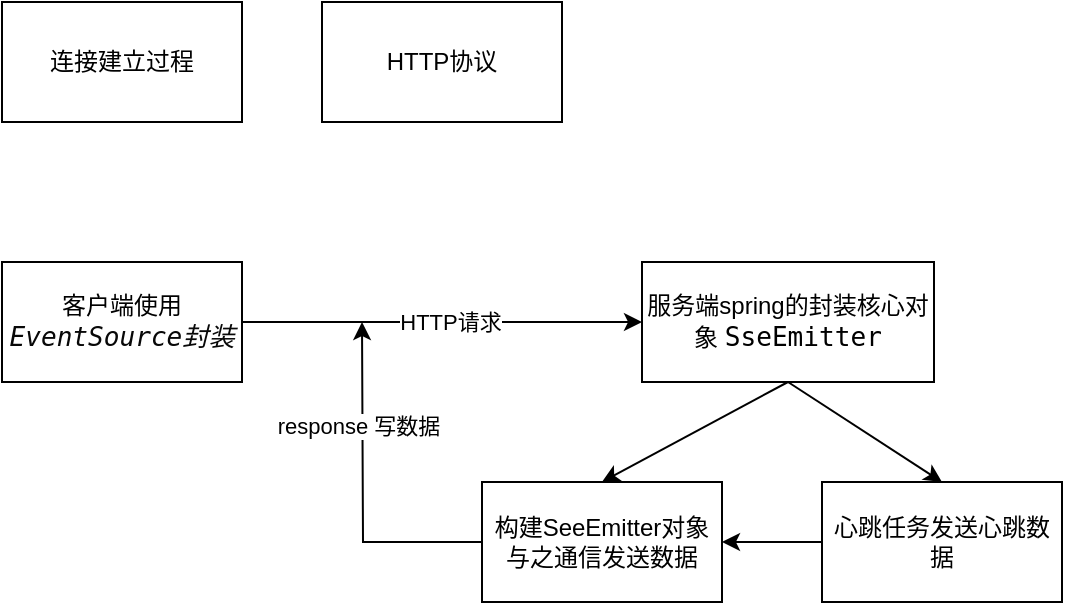
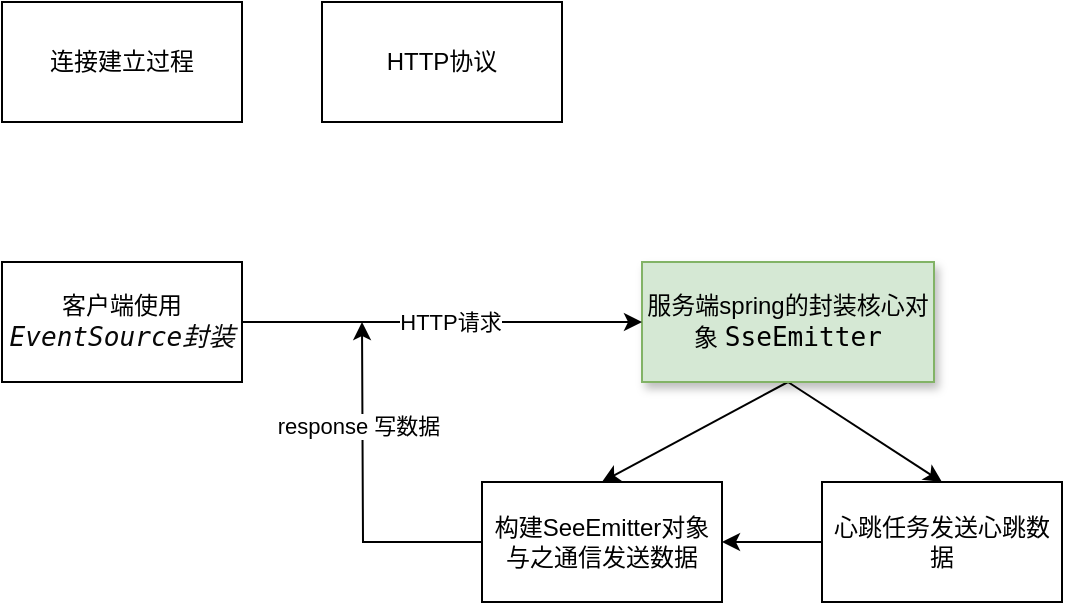
<mxfile host="app.diagrams.net" pages="2">
  <diagram name="建立连接的过程" id="Z0nCY8WnPLLID1KhRkW9">
    <mxGraphModel dx="846" dy="558" grid="1" gridSize="10" guides="1" tooltips="1" connect="1" arrows="1" fold="1" page="1" pageScale="1" pageWidth="827" pageHeight="1169" math="0" shadow="0">
      <root>
        <mxCell id="0" />
        <mxCell id="1" parent="0" />
        <mxCell id="YDfg_1_I26u9zGGTVFdC-1" parent="1" style="rounded=0;whiteSpace=wrap;html=1;" value="HTTP协议" vertex="1">
          <mxGeometry height="60" width="120" x="300" y="240" as="geometry" />
        </mxCell>
        <mxCell id="YDfg_1_I26u9zGGTVFdC-2" parent="1" style="rounded=0;whiteSpace=wrap;html=1;" value="连接建立过程" vertex="1">
          <mxGeometry height="60" width="120" x="140" y="240" as="geometry" />
        </mxCell>
        <mxCell id="pvzRBFMtuWizGzjMWE46-4" edge="1" parent="1" source="YDfg_1_I26u9zGGTVFdC-8" style="rounded=0;orthogonalLoop=1;jettySize=auto;html=1;exitX=0.5;exitY=1;exitDx=0;exitDy=0;entryX=0.5;entryY=0;entryDx=0;entryDy=0;" target="pvzRBFMtuWizGzjMWE46-2">
          <mxGeometry relative="1" as="geometry" />
        </mxCell>
        <mxCell id="pvzRBFMtuWizGzjMWE46-5" edge="1" parent="1" source="YDfg_1_I26u9zGGTVFdC-8" style="rounded=0;orthogonalLoop=1;jettySize=auto;html=1;exitX=0.5;exitY=1;exitDx=0;exitDy=0;entryX=0.5;entryY=0;entryDx=0;entryDy=0;" target="pvzRBFMtuWizGzjMWE46-3">
          <mxGeometry relative="1" as="geometry" />
        </mxCell>
-         <mxCell id="YDfg_1_I26u9zGGTVFdC-8" parent="1" style="rounded=0;whiteSpace=wrap;html=1;" value="服务端spring的封装核心对象&amp;nbsp;&lt;span style=&quot;background-color: rgb(255, 255, 255); font-family: &amp;quot;JetBrains Mono&amp;quot;, monospace; font-size: 9.8pt;&quot;&gt;SseEmitter&lt;/span&gt;" vertex="1">
+         <mxCell id="YDfg_1_I26u9zGGTVFdC-8" parent="1" style="rounded=0;whiteSpace=wrap;html=1;fillColor=#d5e8d4;strokeColor=#82b366;shadow=1;" value="&lt;span&gt;服务端spring的封装核心对象&amp;nbsp;&lt;span style=&quot;font-family: &amp;quot;JetBrains Mono&amp;quot;, monospace; font-size: 9.8pt;&quot;&gt;SseEmitter&lt;/span&gt;&lt;/span&gt;" vertex="1">
          <mxGeometry height="60" width="146" x="460" y="370" as="geometry" />
        </mxCell>
        <mxCell id="YDfg_1_I26u9zGGTVFdC-10" edge="1" parent="1" source="YDfg_1_I26u9zGGTVFdC-9" style="edgeStyle=orthogonalEdgeStyle;rounded=0;orthogonalLoop=1;jettySize=auto;html=1;exitX=1;exitY=0.5;exitDx=0;exitDy=0;" target="YDfg_1_I26u9zGGTVFdC-8">
          <mxGeometry relative="1" as="geometry" />
        </mxCell>
        <mxCell id="pvzRBFMtuWizGzjMWE46-1" connectable="0" parent="YDfg_1_I26u9zGGTVFdC-10" style="edgeLabel;html=1;align=center;verticalAlign=middle;resizable=0;points=[];" value="HTTP请求" vertex="1">
          <mxGeometry relative="1" x="0.0345" as="geometry">
            <mxPoint as="offset" />
          </mxGeometry>
        </mxCell>
        <mxCell id="YDfg_1_I26u9zGGTVFdC-9" parent="1" style="rounded=0;whiteSpace=wrap;html=1;" value="客户端使用&lt;span style=&quot;font-style: italic; background-color: rgb(255, 255, 255); color: rgb(8, 8, 8); font-family: &amp;quot;JetBrains Mono&amp;quot;, monospace; font-size: 9.8pt;&quot;&gt;EventSource封装&lt;/span&gt;" vertex="1">
          <mxGeometry height="60" width="120" x="140" y="370" as="geometry" />
        </mxCell>
        <mxCell id="pvzRBFMtuWizGzjMWE46-6" edge="1" parent="1" source="pvzRBFMtuWizGzjMWE46-2" style="edgeStyle=orthogonalEdgeStyle;rounded=0;orthogonalLoop=1;jettySize=auto;html=1;exitX=0;exitY=0.5;exitDx=0;exitDy=0;">
          <mxGeometry relative="1" as="geometry">
            <mxPoint x="320" y="400" as="targetPoint" />
          </mxGeometry>
        </mxCell>
        <mxCell id="pvzRBFMtuWizGzjMWE46-8" connectable="0" parent="pvzRBFMtuWizGzjMWE46-6" style="edgeLabel;html=1;align=center;verticalAlign=middle;resizable=0;points=[];" value="response 写数据" vertex="1">
          <mxGeometry relative="1" x="0.3882" y="2" as="geometry">
            <mxPoint as="offset" />
          </mxGeometry>
        </mxCell>
        <mxCell id="pvzRBFMtuWizGzjMWE46-2" parent="1" style="rounded=0;whiteSpace=wrap;html=1;" value="构建SeeEmitter对象与之通信发送数据" vertex="1">
          <mxGeometry height="60" width="120" x="380" y="480" as="geometry" />
        </mxCell>
        <mxCell id="pvzRBFMtuWizGzjMWE46-7" edge="1" parent="1" source="pvzRBFMtuWizGzjMWE46-3" style="edgeStyle=orthogonalEdgeStyle;rounded=0;orthogonalLoop=1;jettySize=auto;html=1;exitX=0;exitY=0.5;exitDx=0;exitDy=0;entryX=1;entryY=0.5;entryDx=0;entryDy=0;" target="pvzRBFMtuWizGzjMWE46-2">
          <mxGeometry relative="1" as="geometry" />
        </mxCell>
        <mxCell id="pvzRBFMtuWizGzjMWE46-3" parent="1" style="rounded=0;whiteSpace=wrap;html=1;" value="心跳任务发送心跳数据" vertex="1">
          <mxGeometry height="60" width="120" x="550" y="480" as="geometry" />
        </mxCell>
      </root>
    </mxGraphModel>
  </diagram>
  <diagram id="j5rDD0lte_rDjMDCLVnT" name="数据发送过程">
    <mxGraphModel dx="846" dy="558" grid="1" gridSize="10" guides="1" tooltips="1" connect="1" arrows="1" fold="1" page="1" pageScale="1" pageWidth="827" pageHeight="1169" math="0" shadow="0">
      <root>
        <mxCell id="0" />
        <mxCell id="1" parent="0" />
        <mxCell id="sTBZ4vp2YK0A31wFdoy9-1" edge="1" parent="1" source="sTBZ4vp2YK0A31wFdoy9-3" style="edgeStyle=orthogonalEdgeStyle;rounded=0;orthogonalLoop=1;jettySize=auto;html=1;exitX=1;exitY=0.5;exitDx=0;exitDy=0;" target="sTBZ4vp2YK0A31wFdoy9-4">
          <mxGeometry relative="1" as="geometry" />
        </mxCell>
        <mxCell id="sTBZ4vp2YK0A31wFdoy9-2" edge="1" parent="1" source="sTBZ4vp2YK0A31wFdoy9-3" style="edgeStyle=orthogonalEdgeStyle;rounded=0;orthogonalLoop=1;jettySize=auto;html=1;exitX=1;exitY=0.5;exitDx=0;exitDy=0;entryX=0;entryY=0.5;entryDx=0;entryDy=0;" target="sTBZ4vp2YK0A31wFdoy9-5">
          <mxGeometry relative="1" as="geometry" />
        </mxCell>
        <mxCell id="sTBZ4vp2YK0A31wFdoy9-3" parent="1" style="rounded=0;whiteSpace=wrap;html=1;" value="数据发送过程" vertex="1">
          <mxGeometry height="60" width="120" x="170" y="200" as="geometry" />
        </mxCell>
        <mxCell id="eIKni5YYyoGRDZSnx1Pt-2" edge="1" parent="1" source="sTBZ4vp2YK0A31wFdoy9-4" style="edgeStyle=entityRelationEdgeStyle;rounded=0;orthogonalLoop=1;jettySize=auto;html=1;" target="eIKni5YYyoGRDZSnx1Pt-1" value="">
          <mxGeometry relative="1" as="geometry" />
        </mxCell>
        <mxCell id="sTBZ4vp2YK0A31wFdoy9-4" parent="1" style="rounded=0;whiteSpace=wrap;html=1;" value="定向发送" vertex="1">
          <mxGeometry height="60" width="120" x="400" y="160" as="geometry" />
        </mxCell>
        <mxCell id="8uxR478LrZxem4Ax3EI1-1" edge="1" parent="1" source="sTBZ4vp2YK0A31wFdoy9-5" style="edgeStyle=entityRelationEdgeStyle;rounded=0;orthogonalLoop=1;jettySize=auto;html=1;exitX=1;exitY=0.5;exitDx=0;exitDy=0;entryX=0;entryY=0.5;entryDx=0;entryDy=0;" target="eIKni5YYyoGRDZSnx1Pt-1">
          <mxGeometry relative="1" as="geometry" />
        </mxCell>
        <mxCell id="sTBZ4vp2YK0A31wFdoy9-5" parent="1" style="rounded=0;whiteSpace=wrap;html=1;" value="广播数据" vertex="1">
          <mxGeometry height="60" width="120" x="400" y="260" as="geometry" />
        </mxCell>
        <mxCell id="8uxR478LrZxem4Ax3EI1-3" edge="1" parent="1" source="eIKni5YYyoGRDZSnx1Pt-1" style="edgeStyle=orthogonalEdgeStyle;rounded=0;orthogonalLoop=1;jettySize=auto;html=1;" target="8uxR478LrZxem4Ax3EI1-2" value="">
          <mxGeometry relative="1" as="geometry" />
        </mxCell>
        <mxCell id="eIKni5YYyoGRDZSnx1Pt-1" parent="1" style="whiteSpace=wrap;html=1;rounded=0;" value="&lt;span style=&quot;font-family: &amp;quot;JetBrains Mono&amp;quot;, monospace; font-size: 13.0667px; background-color: rgb(255, 255, 255);&quot;&gt;SseEmitter进行send&lt;/span&gt;" vertex="1">
          <mxGeometry height="60" width="120" x="600" y="210" as="geometry" />
        </mxCell>
        <mxCell id="8uxR478LrZxem4Ax3EI1-2" parent="1" style="rounded=0;whiteSpace=wrap;html=1;" value="最终还是调用http的response(OutputStream)的write方法进行数据发送" vertex="1">
          <mxGeometry height="60" width="170" x="575" y="350" as="geometry" />
        </mxCell>
      </root>
    </mxGraphModel>
  </diagram>
</mxfile>
